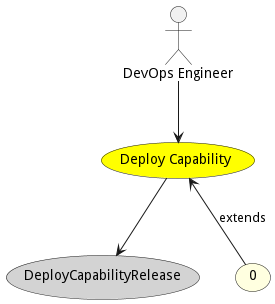
Before: docs/sabr/aml/cm/usecases/deploycapability/Activities.png, a diagram exported from PlantUML (madajaju/sabr). Source of this version:
```plantuml
@startuml


usecase "Deploy Capability" as DeployCapability #yellow

Actor "DevOps Engineer" as DevOpsEngineer

DevOpsEngineer --> DeployCapability



usecase "DeployCapabilityRelease" as DeployCapabilityRelease #lightgrey

DeployCapability --> DeployCapabilityRelease



usecase "0" as 0 #lightyellow

DeployCapability <-- 0 : extends







@enduml
```
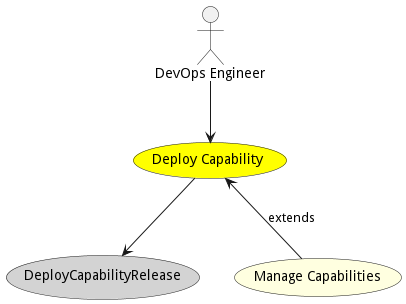
The same file after the commit.

What changed in the source:
```diff
@@ -15,9 +15,9 @@
 
 
 
-usecase "0" as 0 #lightyellow
+usecase "Manage Capabilities" as ManageCapabilities #lightyellow
 
-DeployCapability <-- 0 : extends
+DeployCapability <-- ManageCapabilities : extends
 
 
 
```
